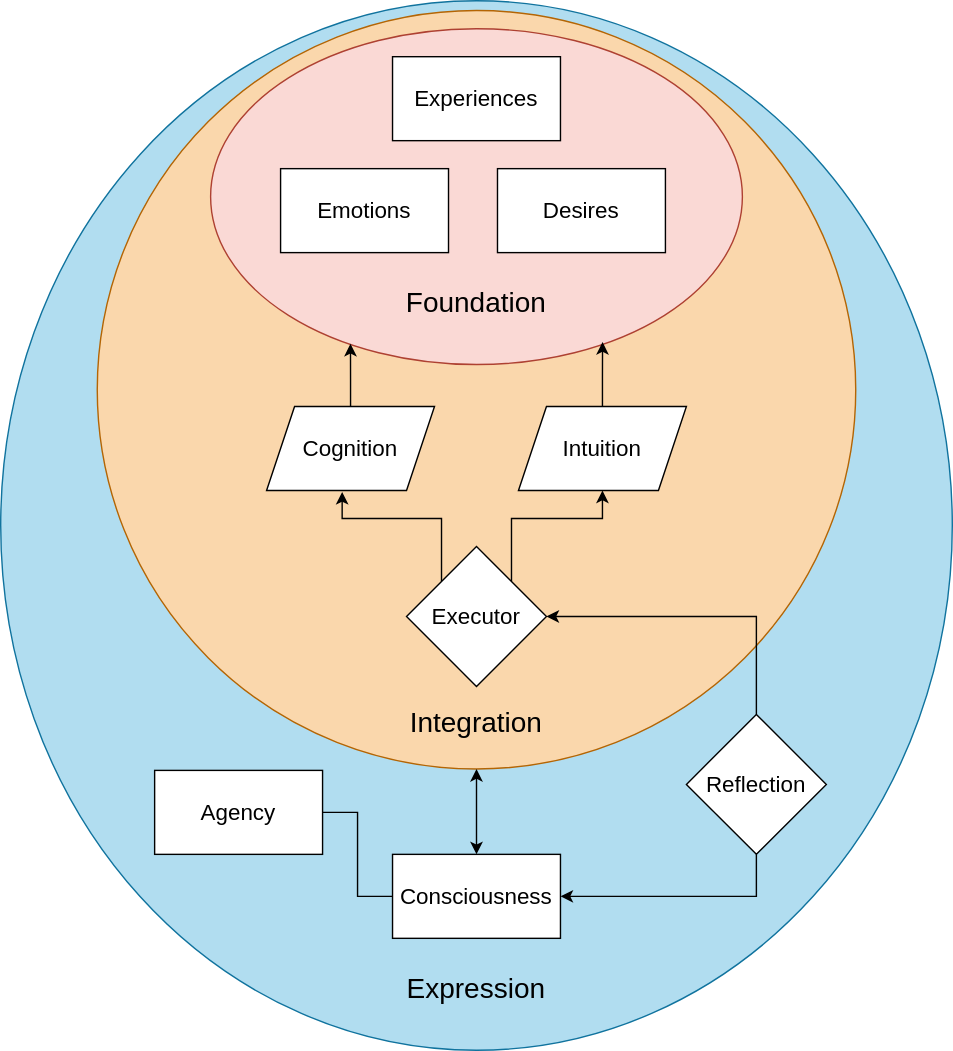
Earlier version of the draw.io export images/dum-components.drawio.svg (Quasi-Mind/deep-unconscious-mind). Source tidied: cells renumbered, new cells last; positions are measured from the earlier drawing's top-left corner, leaving out a move shared by most shapes.
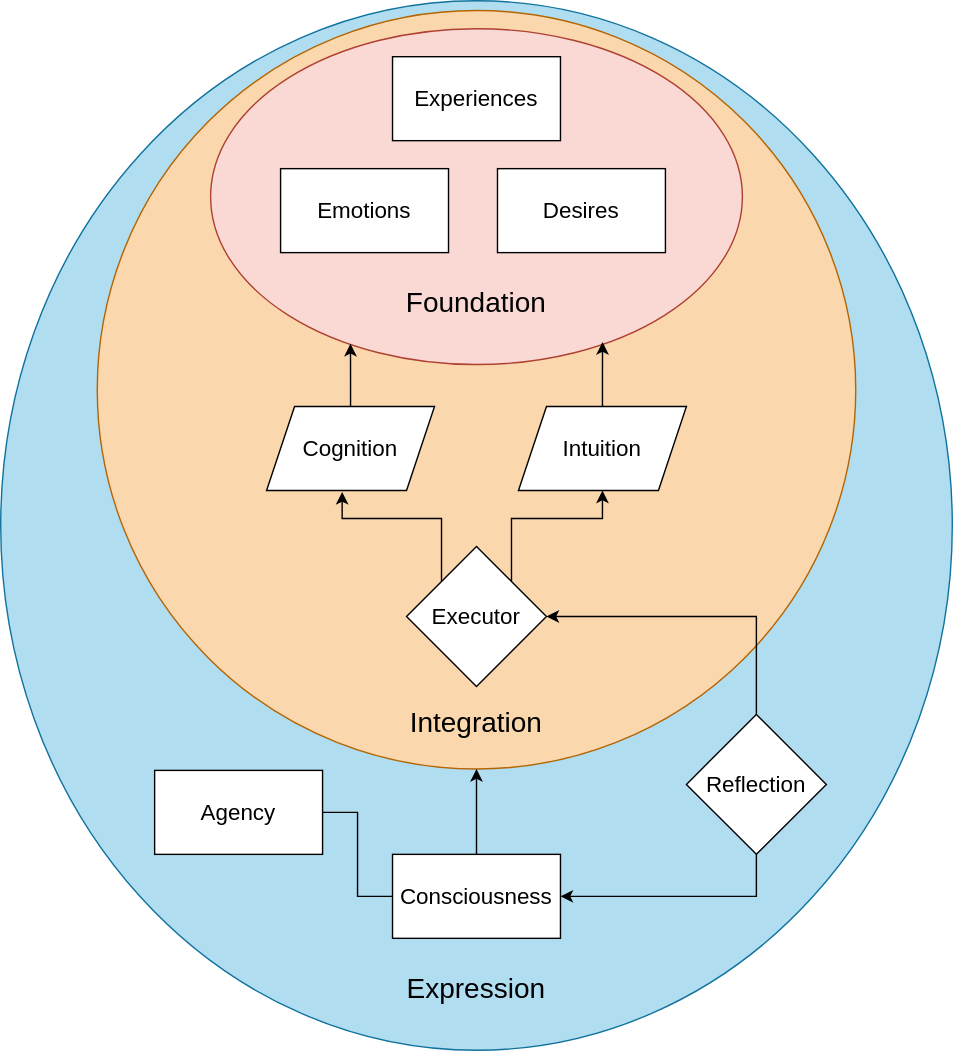
The same diagram one commit later.

The edit, as a diff of the source:
```diff
@@ -47,7 +47,7 @@
     <mxCell id="16" style="edgeStyle=orthogonalEdgeStyle;rounded=0;jettySize=auto;html=1;exitX=0;exitY=0.5;exitDx=0;exitDy=0;entryX=1;entryY=0.5;entryDx=0;entryDy=0;startArrow=none;startFill=0;endArrow=none;endFill=0;fontSize=16;" parent="1" edge="1" source="18" target="15">
       <mxGeometry relative="1" as="geometry" />
     </mxCell>
-    <mxCell id="17" style="edgeStyle=orthogonalEdgeStyle;rounded=0;jettySize=auto;html=1;exitX=0.5;exitY=0;exitDx=0;exitDy=0;entryX=0.5;entryY=1;entryDx=0;entryDy=0;startArrow=classic;startFill=1;fontSize=16;" parent="1" edge="1" source="18" target="3">
+    <mxCell id="17" style="edgeStyle=orthogonalEdgeStyle;rounded=0;jettySize=auto;html=1;exitX=0.5;exitY=0;exitDx=0;exitDy=0;entryX=0.5;entryY=1;entryDx=0;entryDy=0;startArrow=none;startFill=0;fontSize=16;" parent="1" edge="1" source="18" target="3">
       <mxGeometry relative="1" as="geometry" />
     </mxCell>
     <mxCell id="18" value="Consciousness" style="rounded=0;whiteSpace=wrap;html=1;fontSize=16;" parent="1" vertex="1">
```
